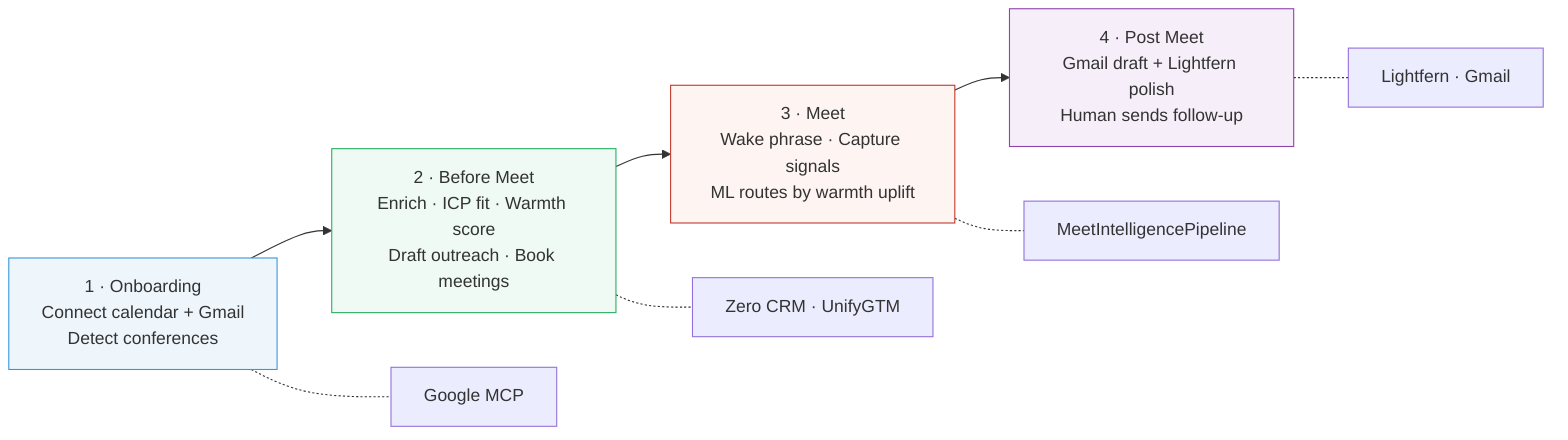
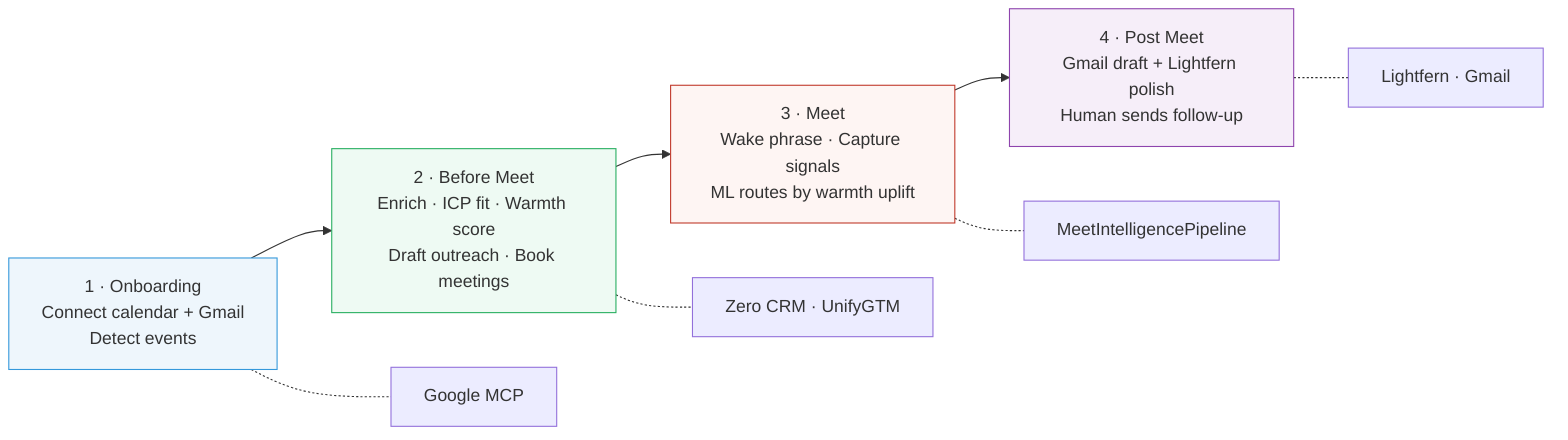
flowchart LR
-     OB["1 · Onboarding<br/>Connect calendar + Gmail<br/>Detect conferences"]
+     OB["1 · Onboarding<br/>Connect calendar + Gmail<br/>Detect events"]
    BM["2 · Before Meet<br/>Enrich · ICP fit · Warmth score<br/>Draft outreach · Book meetings"]
    MT["3 · Meet<br/>Wake phrase · Capture signals<br/>ML routes by warmth uplift"]
    PM["4 · Post Meet<br/>Gmail draft + Lightfern polish<br/>Human sends follow-up"]

    OB --> BM --> MT --> PM

    OB -.- G1["Google MCP"]
    BM -.- Z1["Zero CRM · UnifyGTM"]
    MT -.- Z2["MeetIntelligencePipeline"]
    PM -.- Z3["Lightfern · Gmail"]

    style OB fill:#eef6fc,stroke:#3498db
    style BM fill:#eefaf3,stroke:#27ae60
    style MT fill:#fef5f3,stroke:#c0392b
    style PM fill:#f6eef9,stroke:#8e44ad
